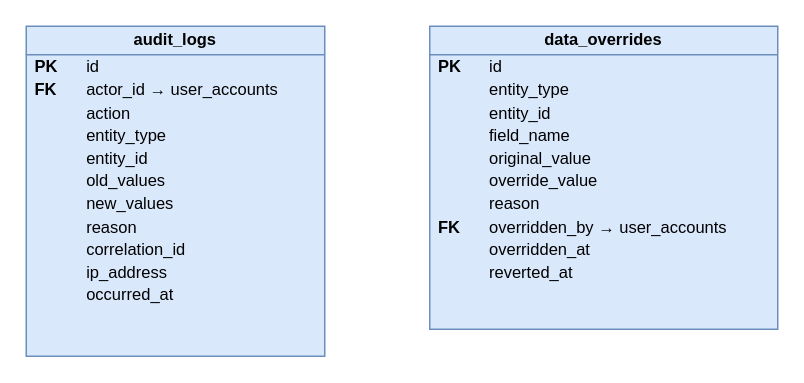
cuonglpv/VFast keeps this draw.io diagram as docs/database/diagrams/erd_audit.drawio. Above is the earlier version. Source tidied: cells renumbered, new cells numbered last; positions are measured from the earlier drawing's top-left corner, leaving out a move shared by most shapes. Both pictures are drawn from the tidied source at 150%, with x=0, y=0 at pixel (26, 26).
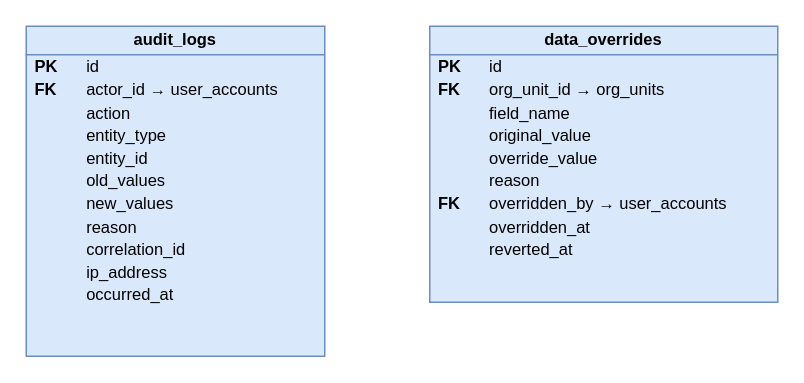
Above is the later version.

What changed in the source:
```diff
@@
 <mxGraphModel>
   <root>
     <mxCell id="0" />
     <mxCell id="1" parent="0" />
     <mxCell id="2" value="&lt;div style=&quot;font-weight:bold;text-align:center;padding:3px 0;border-bottom:1px solid #6C8EBF;&quot;&gt;audit_logs&lt;/div&gt;&lt;table style=&quot;width:100%;font-size:11px;border-collapse:collapse;&quot;&gt;&lt;tr&gt;&lt;td style=&quot;padding:1px 8px 1px 6px;&quot;&gt;&lt;b&gt;PK&lt;/b&gt;&lt;/td&gt;&lt;td style=&quot;padding:1px 6px;&quot;&gt;id&lt;/td&gt;&lt;/tr&gt;&lt;tr&gt;&lt;td style=&quot;padding:1px 8px 1px 6px;&quot;&gt;&lt;b&gt;FK&lt;/b&gt;&lt;/td&gt;&lt;td style=&quot;padding:1px 6px;&quot;&gt;actor_id → user_accounts&lt;/td&gt;&lt;/tr&gt;&lt;tr&gt;&lt;td style=&quot;padding:1px 8px 1px 6px;&quot;&gt;&lt;b&gt;&lt;/b&gt;&lt;/td&gt;&lt;td style=&quot;padding:1px 6px;&quot;&gt;action&lt;/td&gt;&lt;/tr&gt;&lt;tr&gt;&lt;td style=&quot;padding:1px 8px 1px 6px;&quot;&gt;&lt;b&gt;&lt;/b&gt;&lt;/td&gt;&lt;td style=&quot;padding:1px 6px;&quot;&gt;entity_type&lt;/td&gt;&lt;/tr&gt;&lt;tr&gt;&lt;td style=&quot;padding:1px 8px 1px 6px;&quot;&gt;&lt;b&gt;&lt;/b&gt;&lt;/td&gt;&lt;td style=&quot;padding:1px 6px;&quot;&gt;entity_id&lt;/td&gt;&lt;/tr&gt;&lt;tr&gt;&lt;td style=&quot;padding:1px 8px 1px 6px;&quot;&gt;&lt;b&gt;&lt;/b&gt;&lt;/td&gt;&lt;td style=&quot;padding:1px 6px;&quot;&gt;old_values&lt;/td&gt;&lt;/tr&gt;&lt;tr&gt;&lt;td style=&quot;padding:1px 8px 1px 6px;&quot;&gt;&lt;b&gt;&lt;/b&gt;&lt;/td&gt;&lt;td style=&quot;padding:1px 6px;&quot;&gt;new_values&lt;/td&gt;&lt;/tr&gt;&lt;tr&gt;&lt;td style=&quot;padding:1px 8px 1px 6px;&quot;&gt;&lt;b&gt;&lt;/b&gt;&lt;/td&gt;&lt;td style=&quot;padding:1px 6px;&quot;&gt;reason&lt;/td&gt;&lt;/tr&gt;&lt;tr&gt;&lt;td style=&quot;padding:1px 8px 1px 6px;&quot;&gt;&lt;b&gt;&lt;/b&gt;&lt;/td&gt;&lt;td style=&quot;padding:1px 6px;&quot;&gt;correlation_id&lt;/td&gt;&lt;/tr&gt;&lt;tr&gt;&lt;td style=&quot;padding:1px 8px 1px 6px;&quot;&gt;&lt;b&gt;&lt;/b&gt;&lt;/td&gt;&lt;td style=&quot;padding:1px 6px;&quot;&gt;ip_address&lt;/td&gt;&lt;/tr&gt;&lt;tr&gt;&lt;td style=&quot;padding:1px 8px 1px 6px;&quot;&gt;&lt;b&gt;&lt;/b&gt;&lt;/td&gt;&lt;td style=&quot;padding:1px 6px;&quot;&gt;occurred_at&lt;/td&gt;&lt;/tr&gt;&lt;/table&gt;" style="rounded=0;whiteSpace=wrap;html=1;verticalAlign=top;align=left;spacing=0;overflow=fill;fillColor=#DAE8FC;strokeColor=#6C8EBF;fontSize=11;" parent="1" vertex="1">
       <mxGeometry width="199" height="220" as="geometry" />
     </mxCell>
-    <mxCell id="3" value="&lt;div style=&quot;font-weight:bold;text-align:center;padding:3px 0;border-bottom:1px solid #6C8EBF;&quot;&gt;data_overrides&lt;/div&gt;&lt;table style=&quot;width:100%;font-size:11px;border-collapse:collapse;&quot;&gt;&lt;tr&gt;&lt;td style=&quot;padding:1px 8px 1px 6px;&quot;&gt;&lt;b&gt;PK&lt;/b&gt;&lt;/td&gt;&lt;td style=&quot;padding:1px 6px;&quot;&gt;id&lt;/td&gt;&lt;/tr&gt;&lt;tr&gt;&lt;td style=&quot;padding:1px 8px 1px 6px;&quot;&gt;&lt;b&gt;&lt;/b&gt;&lt;/td&gt;&lt;td style=&quot;padding:1px 6px;&quot;&gt;entity_type&lt;/td&gt;&lt;/tr&gt;&lt;tr&gt;&lt;td style=&quot;padding:1px 8px 1px 6px;&quot;&gt;&lt;b&gt;&lt;/b&gt;&lt;/td&gt;&lt;td style=&quot;padding:1px 6px;&quot;&gt;entity_id&lt;/td&gt;&lt;/tr&gt;&lt;tr&gt;&lt;td style=&quot;padding:1px 8px 1px 6px;&quot;&gt;&lt;b&gt;&lt;/b&gt;&lt;/td&gt;&lt;td style=&quot;padding:1px 6px;&quot;&gt;field_name&lt;/td&gt;&lt;/tr&gt;&lt;tr&gt;&lt;td style=&quot;padding:1px 8px 1px 6px;&quot;&gt;&lt;b&gt;&lt;/b&gt;&lt;/td&gt;&lt;td style=&quot;padding:1px 6px;&quot;&gt;original_value&lt;/td&gt;&lt;/tr&gt;&lt;tr&gt;&lt;td style=&quot;padding:1px 8px 1px 6px;&quot;&gt;&lt;b&gt;&lt;/b&gt;&lt;/td&gt;&lt;td style=&quot;padding:1px 6px;&quot;&gt;override_value&lt;/td&gt;&lt;/tr&gt;&lt;tr&gt;&lt;td style=&quot;padding:1px 8px 1px 6px;&quot;&gt;&lt;b&gt;&lt;/b&gt;&lt;/td&gt;&lt;td style=&quot;padding:1px 6px;&quot;&gt;reason&lt;/td&gt;&lt;/tr&gt;&lt;tr&gt;&lt;td style=&quot;padding:1px 8px 1px 6px;&quot;&gt;&lt;b&gt;FK&lt;/b&gt;&lt;/td&gt;&lt;td style=&quot;padding:1px 6px;&quot;&gt;overridden_by → user_accounts&lt;/td&gt;&lt;/tr&gt;&lt;tr&gt;&lt;td style=&quot;padding:1px 8px 1px 6px;&quot;&gt;&lt;b&gt;&lt;/b&gt;&lt;/td&gt;&lt;td style=&quot;padding:1px 6px;&quot;&gt;overridden_at&lt;/td&gt;&lt;/tr&gt;&lt;tr&gt;&lt;td style=&quot;padding:1px 8px 1px 6px;&quot;&gt;&lt;b&gt;&lt;/b&gt;&lt;/td&gt;&lt;td style=&quot;padding:1px 6px;&quot;&gt;reverted_at&lt;/td&gt;&lt;/tr&gt;&lt;/table&gt;" style="rounded=0;whiteSpace=wrap;html=1;verticalAlign=top;align=left;spacing=0;overflow=fill;fillColor=#DAE8FC;strokeColor=#6C8EBF;fontSize=11;" parent="1" vertex="1">
-      <mxGeometry x="269" width="232" height="202" as="geometry" />
+    <mxCell id="3" value="&lt;div style=&quot;font-weight:bold;text-align:center;padding:3px 0;border-bottom:1px solid #6C8EBF;&quot;&gt;data_overrides&lt;/div&gt;&lt;table style=&quot;width:100%;font-size:11px;border-collapse:collapse;&quot;&gt;&lt;tr&gt;&lt;td style=&quot;padding:1px 8px 1px 6px;&quot;&gt;&lt;b&gt;PK&lt;/b&gt;&lt;/td&gt;&lt;td style=&quot;padding:1px 6px;&quot;&gt;id&lt;/td&gt;&lt;/tr&gt;&lt;tr&gt;&lt;td style=&quot;padding:1px 8px 1px 6px;&quot;&gt;&lt;b&gt;FK&lt;/b&gt;&lt;/td&gt;&lt;td style=&quot;padding:1px 6px;&quot;&gt;org_unit_id → org_units&lt;/td&gt;&lt;/tr&gt;&lt;tr&gt;&lt;td style=&quot;padding:1px 8px 1px 6px;&quot;&gt;&lt;b&gt;&lt;/b&gt;&lt;/td&gt;&lt;td style=&quot;padding:1px 6px;&quot;&gt;field_name&lt;/td&gt;&lt;/tr&gt;&lt;tr&gt;&lt;td style=&quot;padding:1px 8px 1px 6px;&quot;&gt;&lt;b&gt;&lt;/b&gt;&lt;/td&gt;&lt;td style=&quot;padding:1px 6px;&quot;&gt;original_value&lt;/td&gt;&lt;/tr&gt;&lt;tr&gt;&lt;td style=&quot;padding:1px 8px 1px 6px;&quot;&gt;&lt;b&gt;&lt;/b&gt;&lt;/td&gt;&lt;td style=&quot;padding:1px 6px;&quot;&gt;override_value&lt;/td&gt;&lt;/tr&gt;&lt;tr&gt;&lt;td style=&quot;padding:1px 8px 1px 6px;&quot;&gt;&lt;b&gt;&lt;/b&gt;&lt;/td&gt;&lt;td style=&quot;padding:1px 6px;&quot;&gt;reason&lt;/td&gt;&lt;/tr&gt;&lt;tr&gt;&lt;td style=&quot;padding:1px 8px 1px 6px;&quot;&gt;&lt;b&gt;FK&lt;/b&gt;&lt;/td&gt;&lt;td style=&quot;padding:1px 6px;&quot;&gt;overridden_by → user_accounts&lt;/td&gt;&lt;/tr&gt;&lt;tr&gt;&lt;td style=&quot;padding:1px 8px 1px 6px;&quot;&gt;&lt;b&gt;&lt;/b&gt;&lt;/td&gt;&lt;td style=&quot;padding:1px 6px;&quot;&gt;overridden_at&lt;/td&gt;&lt;/tr&gt;&lt;tr&gt;&lt;td style=&quot;padding:1px 8px 1px 6px;&quot;&gt;&lt;b&gt;&lt;/b&gt;&lt;/td&gt;&lt;td style=&quot;padding:1px 6px;&quot;&gt;reverted_at&lt;/td&gt;&lt;/tr&gt;&lt;/table&gt;" style="rounded=0;whiteSpace=wrap;html=1;verticalAlign=top;align=left;spacing=0;overflow=fill;fillColor=#DAE8FC;strokeColor=#6C8EBF;fontSize=11;" parent="1" vertex="1">
+      <mxGeometry x="269" width="232" height="184" as="geometry" />
     </mxCell>
   </root>
 </mxGraphModel>
```
